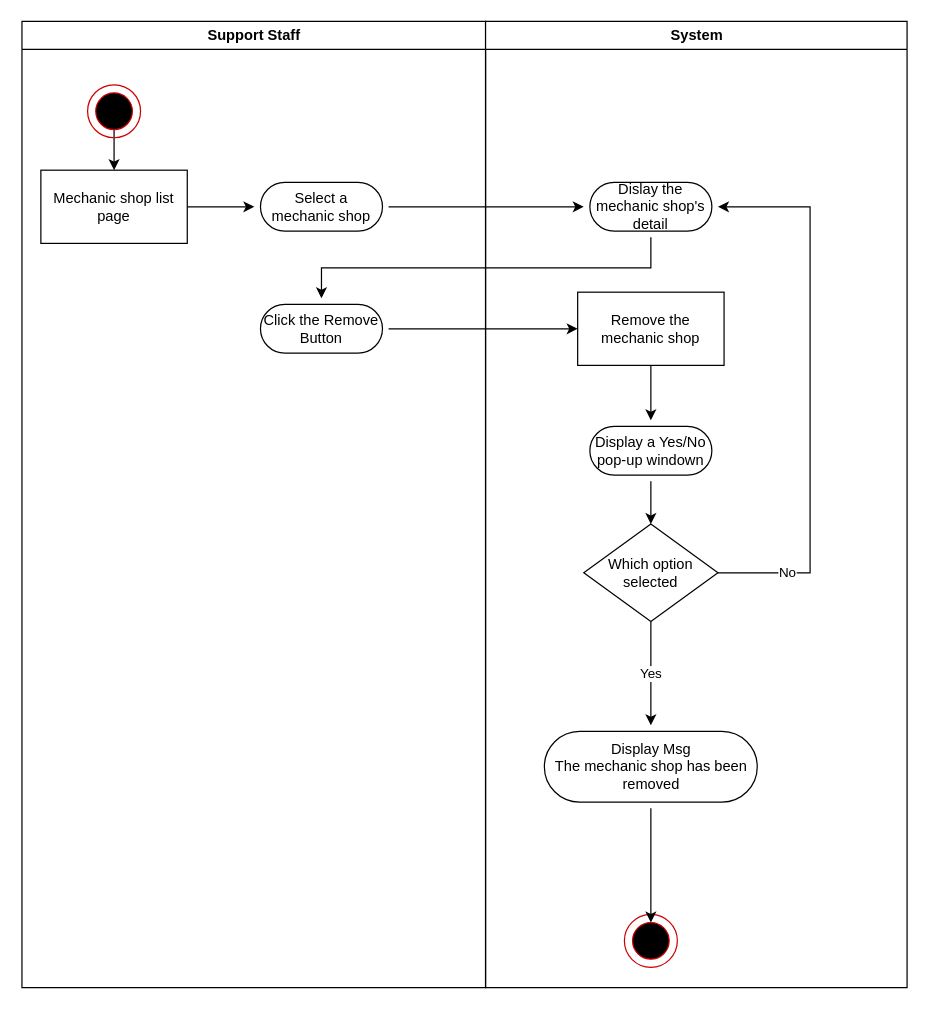
Earlier version of the draw.io diagram Activity_Diagrams/Support/RemoveMechanicShop.drawio (Awrmani/AutoQuotes). Source tidied: cells renumbered, new cells numbered last; positions are measured from the earlier drawing's top-left corner, leaving out a move shared by most shapes. Both pictures are drawn from the tidied source at 122%, with x=0, y=0 at pixel (21, 21).
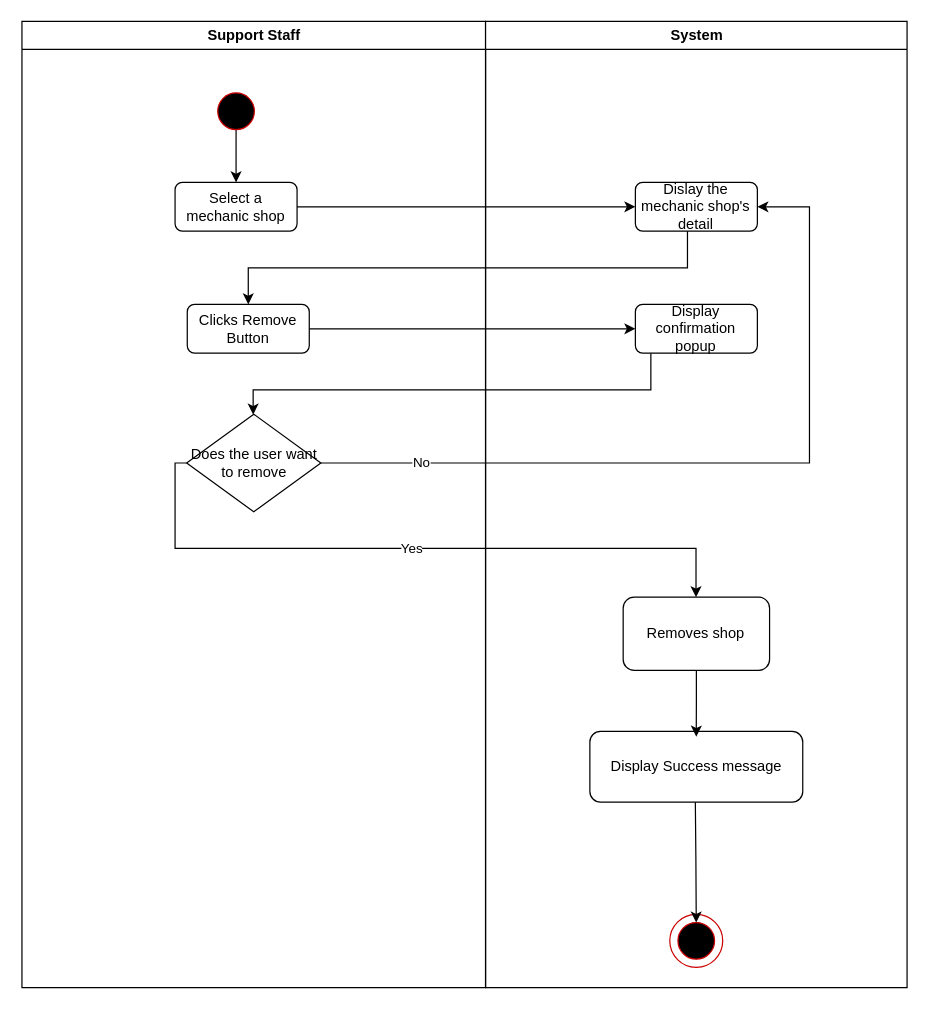
After the change.

Unchanged cells that the change refers to:
```xml
<mxCell id="2" value="Support Staff" style="swimlane;whiteSpace=wrap;" parent="1" vertex="1">
  <mxGeometry x="0.5" width="380" height="792" as="geometry" />
</mxCell>
<mxCell id="8" style="ellipse;whiteSpace=wrap;html=1;fillColor=#000000;strokeColor=#CC0000;" parent="6" vertex="1">
  <mxGeometry x="6.7" y="6.7" width="30" height="30" as="geometry" />
</mxCell>
<mxCell id="11" value="System" style="swimlane;whiteSpace=wrap;" parent="1" vertex="1">
  <mxGeometry x="380.5" width="345.5" height="792" as="geometry" />
</mxCell>
<mxCell id="14" style="ellipse;whiteSpace=wrap;html=1;fillColor=#000000;strokeColor=#CC0000;" parent="12" vertex="1">
  <mxGeometry x="6.7" y="6.7" width="30" height="30" as="geometry" />
</mxCell>
```

What changed in the source:
```diff
@@
-    <mxCell id="3" style="edgeStyle=orthogonalEdgeStyle;rounded=0;jettySize=auto;html=1;" parent="2" edge="1" source="4" target="9">
-      <mxGeometry relative="1" as="geometry" />
-    </mxCell>
-    <mxCell id="4" value="Mechanic shop list page" style="rounded=0;whiteSpace=wrap;html=1;" parent="2" vertex="1">
-      <mxGeometry x="15.5" y="122" width="120" height="60" as="geometry" />
-    </mxCell>
-    <mxCell id="5" style="edgeStyle=orthogonalEdgeStyle;rounded=0;jettySize=auto;html=1;" parent="2" edge="1" source="8" target="4">
+    <mxCell id="5" style="edgeStyle=orthogonalEdgeStyle;rounded=0;jettySize=auto;html=1;entryX=0.5;entryY=0;entryDx=0;entryDy=0;" parent="2" edge="1" source="8" target="9">
       <mxGeometry relative="1" as="geometry" />
     </mxCell>
     <mxCell id="6" style="group;" parent="2" vertex="1">
-      <mxGeometry x="53.8" y="52" width="43.4" height="43.4" as="geometry" />
+      <mxGeometry x="153.8" y="52" width="43.4" height="43.4" as="geometry" />
     </mxCell>
-    <mxCell id="7" style="ellipse;whiteSpace=wrap;html=1;fillColor=none;strokeColor=#CC0000;" parent="6" vertex="1">
-      <mxGeometry width="43.4" height="43.4" as="geometry" />
-    </mxCell>
@@
-    <mxCell id="9" value="Select a mechanic shop" style="rounded=1;whiteSpace=wrap;html=1;perimeterSpacing=5;arcSize=50;" parent="2" vertex="1">
-      <mxGeometry x="195.5" y="132" width="100" height="40" as="geometry" />
+    <mxCell id="9" value="Select a mechanic shop" style="rounded=1;whiteSpace=wrap;html=1;" parent="2" vertex="1">
+      <mxGeometry x="125.5" y="132" width="100" height="40" as="geometry" />
     </mxCell>
-    <mxCell id="10" value="Click the Remove Button" style="rounded=1;whiteSpace=wrap;html=1;perimeterSpacing=5;arcSize=50;" parent="2" vertex="1">
-      <mxGeometry x="195.5" y="232" width="100" height="40" as="geometry" />
+    <mxCell id="10" value="Clicks Remove Button" style="rounded=1;whiteSpace=wrap;html=1;" parent="2" vertex="1">
+      <mxGeometry x="135.5" y="232" width="100" height="40" as="geometry" />
     </mxCell>
+    <mxCell id="25" value="Does the user want to remove" style="rhombus;whiteSpace=wrap;html=1;" parent="2" vertex="1">
+      <mxGeometry x="135" y="322" width="110" height="80" as="geometry" />
+    </mxCell>
@@
     <mxCell id="12" style="group;" parent="11" vertex="1">
-      <mxGeometry x="113.8" y="732" width="43.4" height="43.4" as="geometry" />
+      <mxGeometry x="151" y="732" width="43.4" height="43.4" as="geometry" />
     </mxCell>
@@
-    <mxCell id="15" value="Dislay the mechanic shop's detail" style="rounded=1;whiteSpace=wrap;html=1;perimeterSpacing=5;arcSize=50;" parent="11" vertex="1">
-      <mxGeometry x="85.5" y="132" width="100" height="40" as="geometry" />
+    <mxCell id="15" value="Dislay the mechanic shop's detail" style="rounded=1;whiteSpace=wrap;html=1;" parent="11" vertex="1">
+      <mxGeometry x="122.8" y="132" width="100" height="40" as="geometry" />
     </mxCell>
-    <mxCell id="16" style="edgeStyle=orthogonalEdgeStyle;rounded=0;jettySize=auto;html=1;" parent="11" edge="1" source="17" target="21">
-      <mxGeometry relative="1" as="geometry" />
-    </mxCell>
-    <mxCell id="17" value="Remove the mechanic shop" style="rounded=0;whiteSpace=wrap;html=1;" parent="11" vertex="1">
-      <mxGeometry x="75.5" y="222" width="120" height="60" as="geometry" />
-    </mxCell>
-    <mxCell id="18" style="edgeStyle=orthogonalEdgeStyle;rounded=0;jettySize=auto;html=1;" parent="11" edge="1" source="19" target="14">
-      <mxGeometry relative="1" as="geometry" />
+    <mxCell id="18" style="edgeStyle=orthogonalEdgeStyle;rounded=0;jettySize=auto;html=1;exitX=0.495;exitY=0.911;exitDx=0;exitDy=0;exitPerimeter=0;" parent="11" edge="1" target="14">
+      <mxGeometry relative="1" as="geometry">
+        <mxPoint x="171.9" y="634.8" as="sourcePoint" />
+      </mxGeometry>
     </mxCell>
-    <mxCell id="19" value="Display Msg&lt;br&gt;The mechanic shop has been removed" style="rounded=1;whiteSpace=wrap;html=1;perimeterSpacing=5;arcSize=50;" parent="11" vertex="1">
-      <mxGeometry x="48.2" y="582" width="174.5" height="58" as="geometry" />
+    <mxCell id="19" value="Display Success message" style="rounded=1;whiteSpace=wrap;html=1;" parent="11" vertex="1">
+      <mxGeometry x="85.5" y="582" width="174.5" height="58" as="geometry" />
     </mxCell>
+    <mxCell id="21" value="Display confirmation popup" style="rounded=1;whiteSpace=wrap;html=1;" parent="11" vertex="1">
+      <mxGeometry x="122.8" y="232" width="100" height="40" as="geometry" />
+    </mxCell>
+    <mxCell id="29" style="edgeStyle=orthogonalEdgeStyle;rounded=0;jettySize=auto;html=1;exitX=0.5;exitY=1;exitDx=0;exitDy=0;entryX=0.5;entryY=0.074;entryDx=0;entryDy=0;entryPerimeter=0;" parent="11" edge="1" source="30">
+      <mxGeometry relative="1" as="geometry">
+        <mxPoint x="172.7" y="586.3" as="targetPoint" />
+      </mxGeometry>
+    </mxCell>
+    <mxCell id="30" value="Removes shop" style="rounded=1;whiteSpace=wrap;html=1;" parent="11" vertex="1">
+      <mxGeometry x="112.8" y="472" width="120" height="60" as="geometry" />
+    </mxCell>
+    <mxCell id="26" style="edgeStyle=orthogonalEdgeStyle;rounded=0;jettySize=auto;html=1;" parent="1" edge="1" source="9" target="15">
+      <mxGeometry relative="1" as="geometry" />
+    </mxCell>
+    <mxCell id="27" style="edgeStyle=orthogonalEdgeStyle;rounded=0;jettySize=auto;html=1;entryX=0.5;entryY=0;entryDx=0;entryDy=0;" parent="1" edge="1" source="15" target="10">
+      <mxGeometry relative="1" as="geometry">
+        <Array as="points">
+          <mxPoint x="546" y="202" />
+          <mxPoint x="186" y="202" />
+        </Array>
+      </mxGeometry>
+    </mxCell>
+    <mxCell id="28" style="edgeStyle=orthogonalEdgeStyle;rounded=0;jettySize=auto;html=1;entryX=0;entryY=0.5;entryDx=0;entryDy=0;" parent="1" edge="1" source="10" target="21">
+      <mxGeometry relative="1" as="geometry">
+        <Array as="points">
+          <mxPoint x="461" y="252" />
+        </Array>
+      </mxGeometry>
+    </mxCell>
-    <mxCell id="20" style="edgeStyle=orthogonalEdgeStyle;rounded=0;jettySize=auto;html=1;" parent="11" edge="1" source="21" target="25">
-      <mxGeometry relative="1" as="geometry" />
+    <mxCell id="20" style="edgeStyle=orthogonalEdgeStyle;rounded=0;jettySize=auto;html=1;" parent="1" edge="1" source="21" target="25">
+      <mxGeometry relative="1" as="geometry">
+        <Array as="points">
+          <mxPoint x="516" y="302" />
+          <mxPoint x="190" y="302" />
+        </Array>
+      </mxGeometry>
     </mxCell>
-    <mxCell id="21" value="Display a Yes/No pop-up windown" style="rounded=1;whiteSpace=wrap;html=1;perimeterSpacing=5;arcSize=50;" parent="11" vertex="1">
-      <mxGeometry x="85.5" y="332" width="100" height="40" as="geometry" />
-    </mxCell>
-    <mxCell id="22" value="Yes" style="edgeStyle=orthogonalEdgeStyle;rounded=0;jettySize=auto;html=1;" parent="11" edge="1" source="25" target="19">
-      <mxGeometry relative="1" as="geometry" />
+    <mxCell id="22" value="Yes" style="edgeStyle=orthogonalEdgeStyle;rounded=0;jettySize=auto;html=1;exitX=0;exitY=0.5;exitDx=0;exitDy=0;" parent="1" edge="1" source="25" target="30">
+      <mxGeometry relative="1" as="geometry">
+        <Array as="points">
+          <mxPoint x="126" y="362" />
+          <mxPoint x="126" y="432" />
+          <mxPoint x="553" y="432" />
+        </Array>
+      </mxGeometry>
     </mxCell>
-    <mxCell id="23" style="edgeStyle=orthogonalEdgeStyle;rounded=0;jettySize=auto;html=1;entryX=1;entryY=0.5;entryDx=0;entryDy=0;" parent="11" edge="1" source="25" target="15">
+    <mxCell id="23" style="edgeStyle=orthogonalEdgeStyle;rounded=0;jettySize=auto;html=1;entryX=1;entryY=0.5;entryDx=0;entryDy=0;exitX=1;exitY=0.5;exitDx=0;exitDy=0;" parent="1" edge="1" source="25" target="15">
       <mxGeometry relative="1" as="geometry">
         <Array as="points">
-          <mxPoint x="266" y="452" />
-          <mxPoint x="266" y="152" />
+          <mxPoint x="646" y="362" />
+          <mxPoint x="646" y="152" />
         </Array>
       </mxGeometry>
     </mxCell>
@@
-    <mxCell id="25" value="Which option selected" style="rhombus;whiteSpace=wrap;html=1;" parent="11" vertex="1">
-      <mxGeometry x="80.5" y="412" width="110" height="80" as="geometry" />
-    </mxCell>
-    <mxCell id="26" style="edgeStyle=orthogonalEdgeStyle;rounded=0;jettySize=auto;html=1;" parent="1" edge="1" source="9" target="15">
-      <mxGeometry relative="1" as="geometry" />
-    </mxCell>
-    <mxCell id="27" style="edgeStyle=orthogonalEdgeStyle;rounded=0;jettySize=auto;html=1;entryX=0.5;entryY=0;entryDx=0;entryDy=0;" parent="1" edge="1" source="15" target="10">
-      <mxGeometry relative="1" as="geometry">
-        <Array as="points">
-          <mxPoint x="516" y="202" />
-          <mxPoint x="246" y="202" />
-        </Array>
-      </mxGeometry>
-    </mxCell>
-    <mxCell id="28" style="edgeStyle=orthogonalEdgeStyle;rounded=0;jettySize=auto;html=1;" parent="1" edge="1" source="10" target="17">
-      <mxGeometry relative="1" as="geometry">
-        <Array as="points">
-          <mxPoint x="396" y="252" />
-          <mxPoint x="396" y="252" />
-        </Array>
-      </mxGeometry>
-    </mxCell>
```
